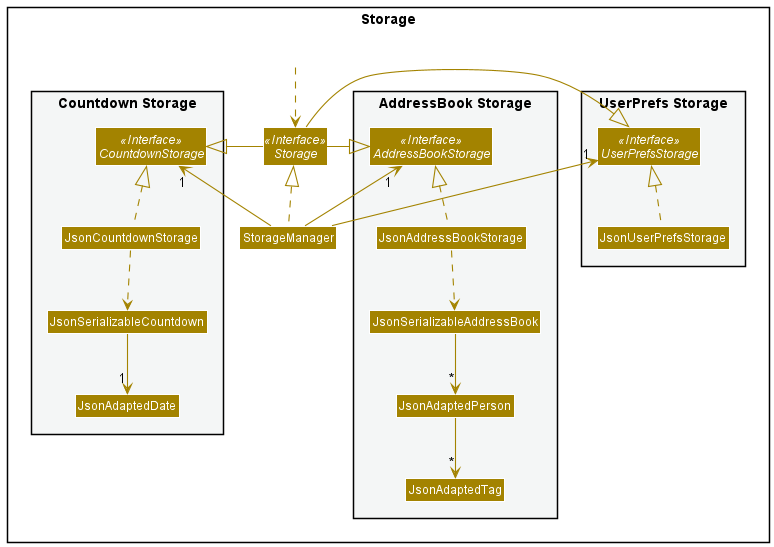
This is docs/images/StorageClassDiagram.png from sj1999-BIT/tp, a PlantUML export, as it was before one commit.
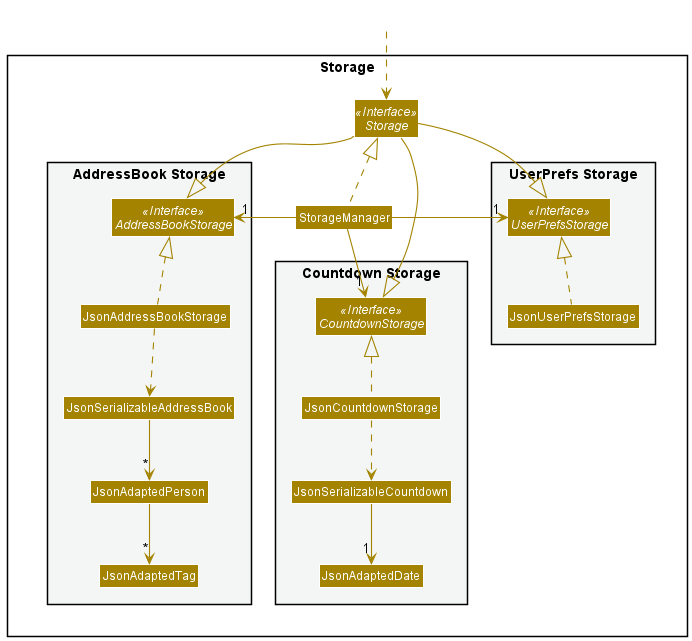
Above is the later version.

Commit message:
Adjust class position in diagram

The edit, as a diff of the source:
```diff
@@ -4,13 +4,10 @@
 skinparam arrowColor STORAGE_COLOR
 skinparam classBackgroundColor STORAGE_COLOR
 
+Class HiddenOutside #FFFFFF
+HiddenOutside ..> Storage
+
 package Storage{
-
-package "UserPrefs Storage" #F4F6F6{
-Interface UserPrefsStorage <<Interface>>
-Class JsonUserPrefsStorage
-}
-
 Interface Storage <<Interface>>
 Class StorageManager
 
@@ -29,17 +26,19 @@
 Class JsonAdaptedDate
 }
 
-Class HiddenOutside #FFFFFF
-HiddenOutside ..> Storage
+package "UserPrefs Storage" #F4F6F6{
+Interface UserPrefsStorage <<Interface>>
+Class JsonUserPrefsStorage
+}
 
 StorageManager .up.|> Storage
-StorageManager -up-> "1" UserPrefsStorage
-StorageManager -up-> "1" AddressBookStorage
-StorageManager -up-> "1" CountdownStorage
+StorageManager -left-> "1" AddressBookStorage
+StorageManager -down-> "1" CountdownStorage
+StorageManager -right-> "1" UserPrefsStorage
 
-Storage -left-|> UserPrefsStorage
-Storage -right-|> AddressBookStorage
-Storage -left-|> CountdownStorage
+Storage -down-|> UserPrefsStorage
+Storage -down-|> AddressBookStorage
+Storage -down-|> CountdownStorage
 
 JsonUserPrefsStorage .up.|> UserPrefsStorage
 JsonAddressBookStorage .up.|> AddressBookStorage
```
